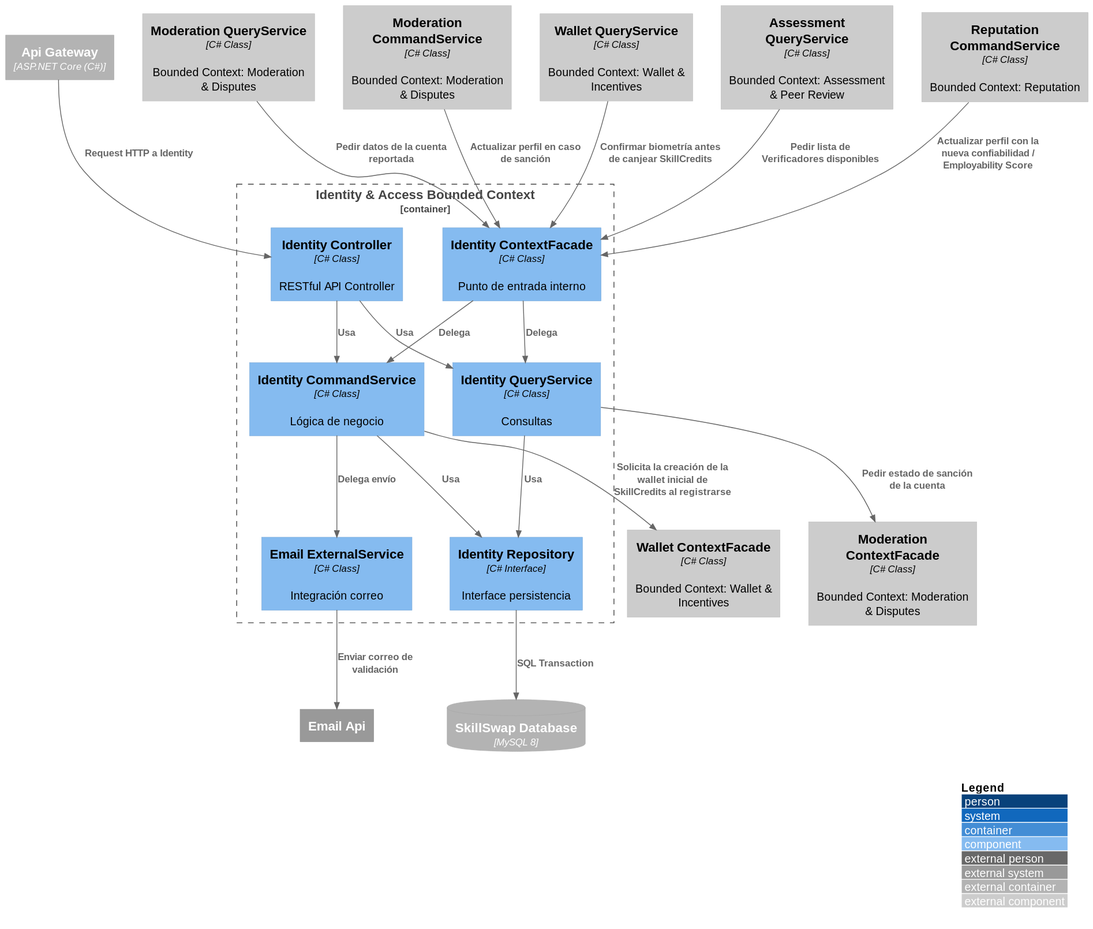
The PlantUML diagram images-doc/IdentityComponent.svg in Aplicaciones-Dispositivos-Moviles/SkillSwap-ProjectReport, before a commit.
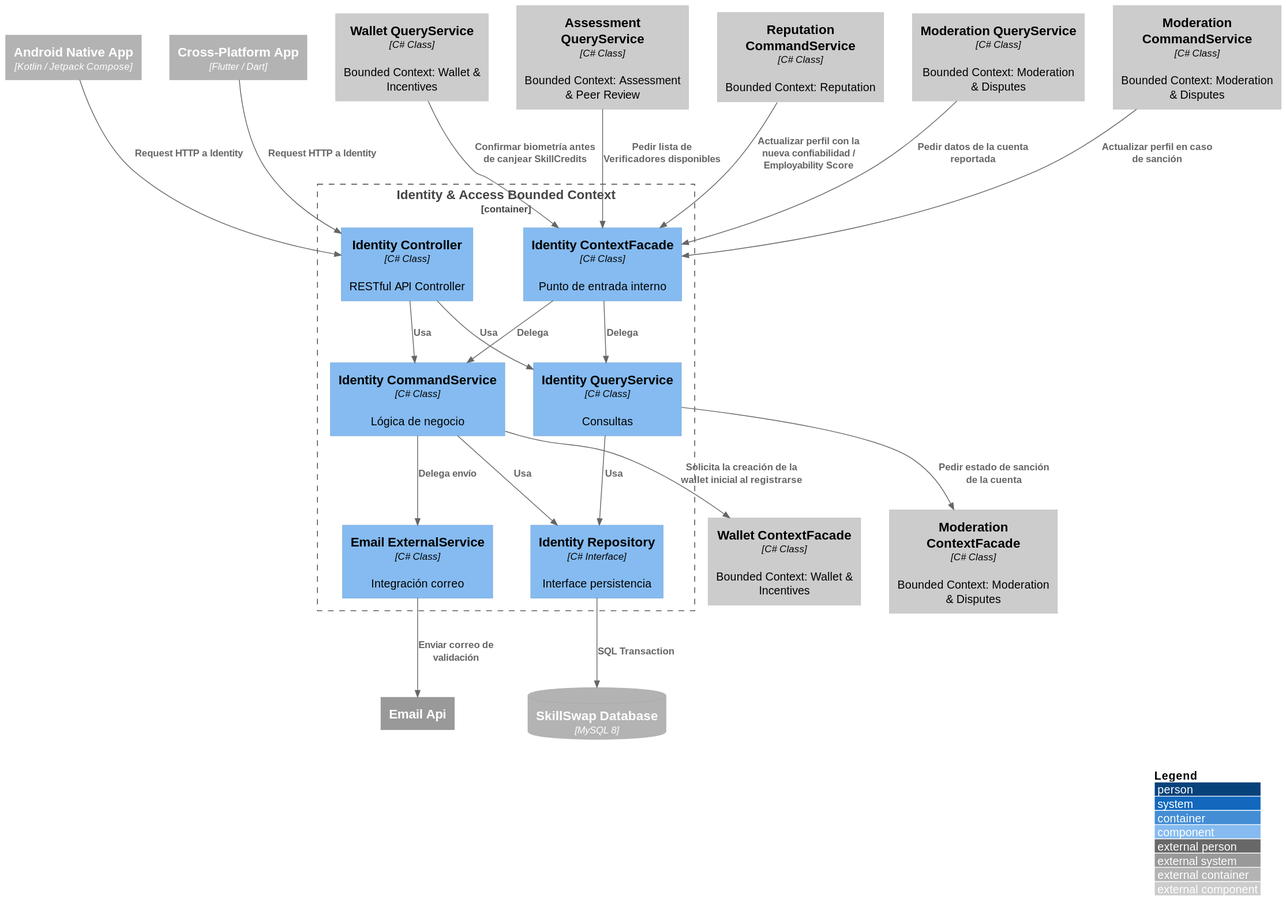
Later version of the same file.

What changed in the source:
```diff
@@ -3,7 +3,8 @@
 
 LAYOUT_WITH_LEGEND()
 
-Container_Ext(apiGateway, "Api Gateway", "ASP.NET Core (C#)")
+Container_Ext(androidApp, "Android Native App", "Kotlin / Jetpack Compose")
+Container_Ext(flutterApp, "Cross-Platform App", "Flutter / Dart")
 ContainerDb_Ext(mainDB, "SkillSwap Database", "MySQL 8")
 System_Ext(emailService, "Email Api")
 
@@ -25,7 +26,8 @@
 Component_Ext(moderationCommandService, "Moderation CommandService", "C# Class", "Bounded Context: Moderation & Disputes")
 Component_Ext(walletQueryService, "Wallet QueryService", "C# Class", "Bounded Context: Wallet & Incentives")
 
-Rel(apiGateway, identityController, "Request HTTP a Identity")
+Rel(androidApp, identityController, "Request HTTP a Identity")
+Rel(flutterApp, identityController, "Request HTTP a Identity")
 Rel(identityController, identityCommandService, "Usa")
 Rel(identityController, identityQueryService, "Usa")
 Rel(identityCommandService, identityRepository, "Usa")
@@ -35,7 +37,7 @@
 Rel(identityCommandService, emailExternal, "Delega envío")
 Rel(emailExternal, emailService, "Enviar correo de validación")
 
-Rel(identityCommandService, walletContextFacade, "Solicita la creación de la wallet inicial de SkillCredits al registrarse")
+Rel(identityCommandService, walletContextFacade, "Solicita la creación de la wallet inicial al registrarse")
 Rel(identityQueryService, moderationContextFacade, "Pedir estado de sanción de la cuenta")
 
 Rel(identityContextFacade, identityCommandService, "Delega")
```
